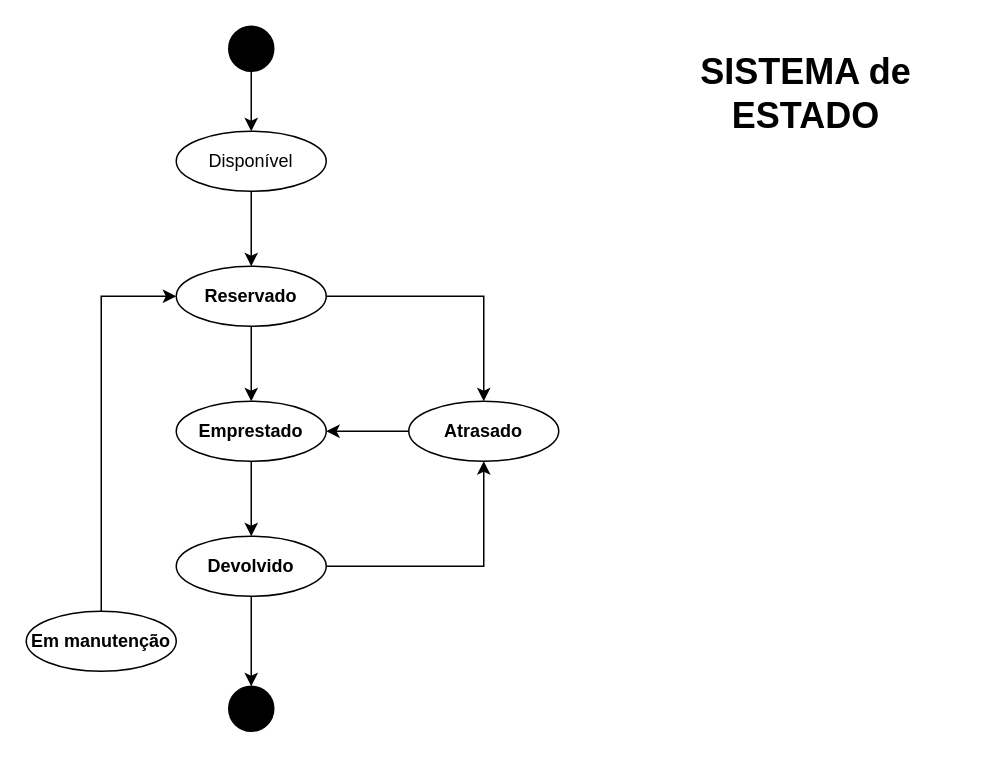
Earlier version of the draw.io diagram page "Página-7" (6 of 10) of Diagrama sem nome.drawio (jkkauany/diagramaderequisitos). Source tidied: cells renumbered, new cells numbered last; positions are measured from the earlier drawing's top-left corner, leaving out a move shared by most shapes. Both pictures are drawn from the tidied source at 150%, with x=0, y=0 at pixel (26, 26).
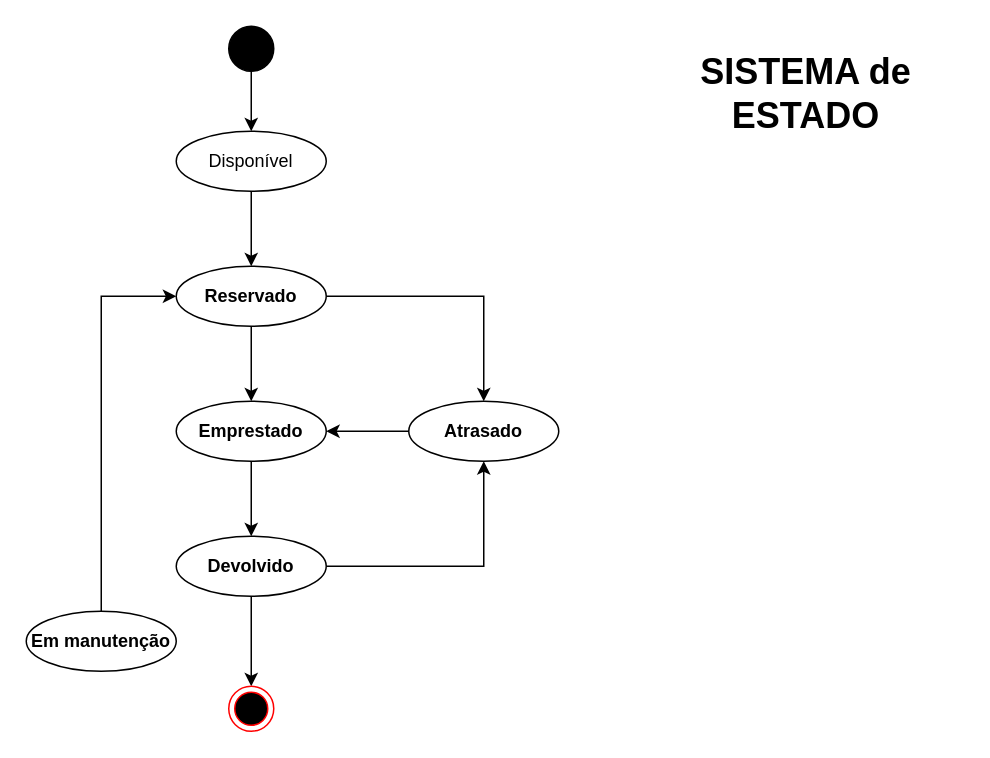
Above is the later version.

Unchanged cells that the change refers to:
```xml
<mxCell id="11" value="&lt;b&gt;Devolvido&lt;/b&gt;" style="ellipse;whiteSpace=wrap;html=1;align=center;" parent="1" vertex="1">
  <mxGeometry x="100" y="340" width="100" height="40" as="geometry" />
</mxCell>
```

The edit, as a diff of the source:
```diff
@@
-    <mxCell id="9" style="edgeStyle=orthogonalEdgeStyle;rounded=0;jettySize=auto;html=1;exitX=0.5;exitY=1;exitDx=0;exitDy=0;" parent="1" edge="1" source="11" target="12">
-      <mxGeometry relative="1" as="geometry" />
+    <mxCell id="9" style="edgeStyle=orthogonalEdgeStyle;rounded=0;jettySize=auto;html=1;exitX=0.5;exitY=1;exitDx=0;exitDy=0;" parent="1" edge="1" source="11">
+      <mxGeometry relative="1" as="geometry">
+        <mxPoint x="150" y="440" as="targetPoint" />
+      </mxGeometry>
     </mxCell>
@@
-    <mxCell id="12" style="ellipse;whiteSpace=wrap;html=1;strokeColor=#000000;fillColor=#000000;" parent="1" vertex="1">
-      <mxGeometry x="135" y="440" width="30" height="30" as="geometry" />
-    </mxCell>
@@
+    <mxCell id="20" style="ellipse;html=1;shape=endState;fillColor=#000000;strokeColor=#ff0000;" parent="1" vertex="1">
+      <mxGeometry x="135" y="440" width="30" height="30" as="geometry" />
+    </mxCell>
```
